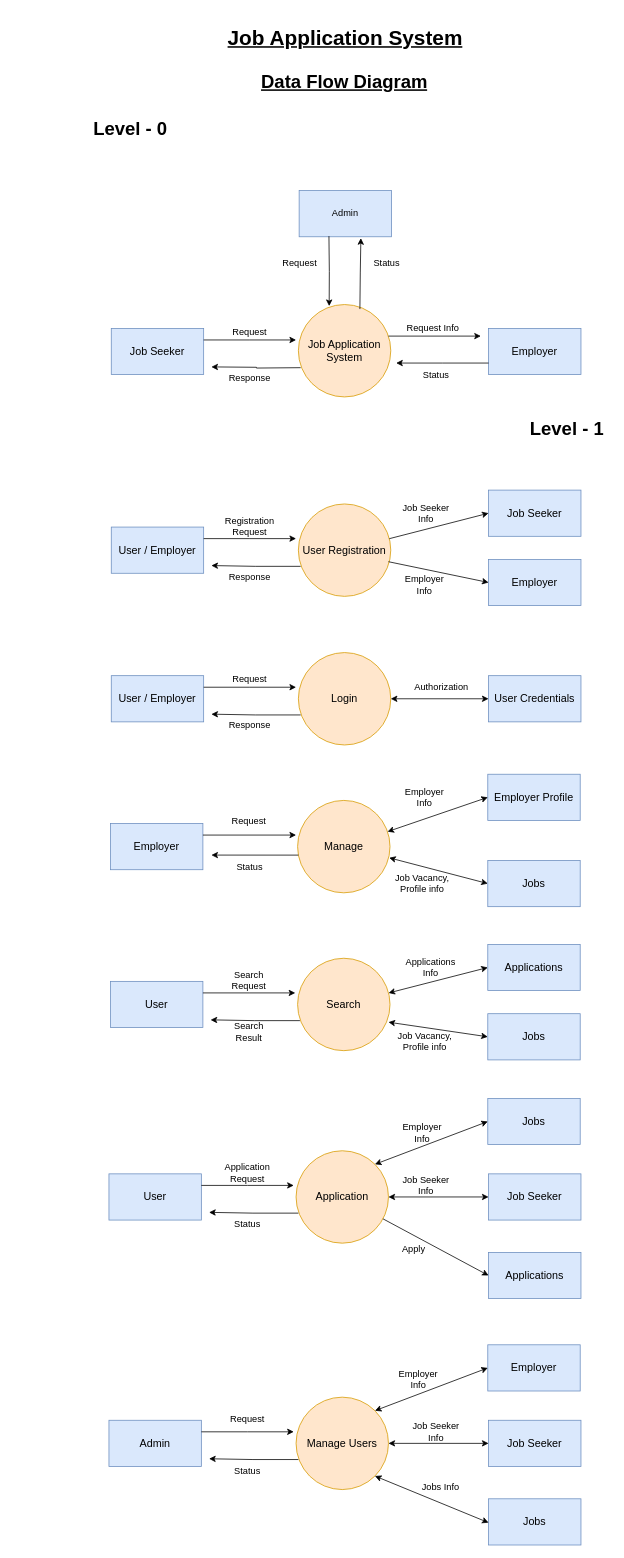
Above: page "DFD" (1 of 2) of Job Management System.drawio in ramancodes/Diagrams (draw.io), before the change. Source tidied: cells renumbered, new cells numbered last; positions are measured from the earlier drawing's top-left corner, leaving out a move shared by most shapes. Both pictures are drawn from the tidied source at 77%, with x=0, y=0 at pixel (84, 21).
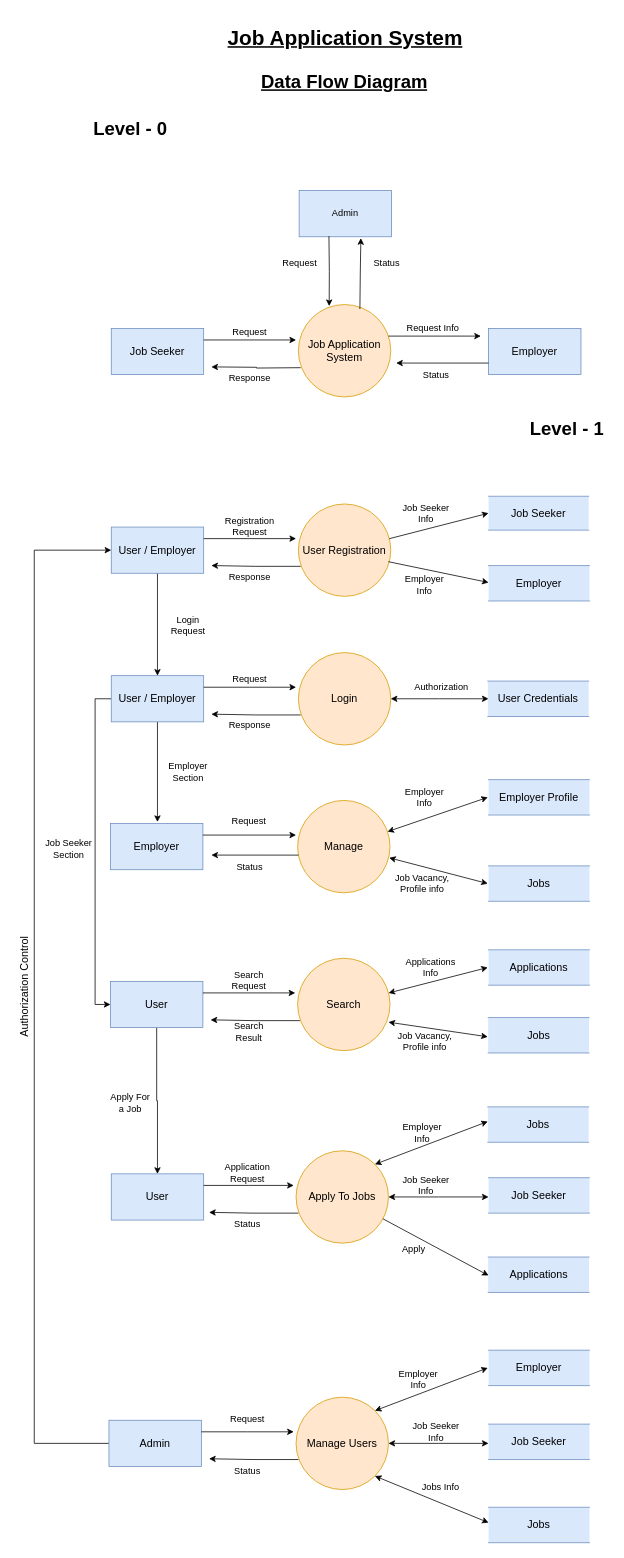
The same page after the edit.

Unchanged cells that the change refers to:
```xml
<mxCell id="17" value="&lt;span style=&quot;font-size: 14px;&quot;&gt;User / Employer&lt;/span&gt;" style="rounded=0;whiteSpace=wrap;html=1;fillColor=#dae8fc;strokeColor=#6c8ebf;" parent="1" vertex="1">
  <mxGeometry x="35" y="850" width="120" height="60" as="geometry" />
</mxCell>
<mxCell id="18" value="&lt;font style=&quot;font-size: 14px;&quot;&gt;Login&lt;/font&gt;" style="ellipse;whiteSpace=wrap;html=1;fillColor=#ffe6cc;strokeColor=#d79b00;" parent="1" vertex="1">
  <mxGeometry x="278" y="820" width="120" height="120" as="geometry" />
</mxCell>
<mxCell id="26" value="&lt;span style=&quot;font-size: 14px;&quot;&gt;User / Employer&lt;/span&gt;" style="rounded=0;whiteSpace=wrap;html=1;fillColor=#dae8fc;strokeColor=#6c8ebf;" parent="1" vertex="1">
  <mxGeometry x="35" y="657" width="120" height="60" as="geometry" />
</mxCell>
<mxCell id="27" value="&lt;span style=&quot;font-size: 14px;&quot;&gt;User Registration&lt;/span&gt;" style="ellipse;whiteSpace=wrap;html=1;fillColor=#ffe6cc;strokeColor=#d79b00;" parent="1" vertex="1">
  <mxGeometry x="278" y="627" width="120" height="120" as="geometry" />
</mxCell>
<mxCell id="36" value="&lt;span style=&quot;font-size: 14px;&quot;&gt;User&lt;/span&gt;" style="rounded=0;whiteSpace=wrap;html=1;fillColor=#dae8fc;strokeColor=#6c8ebf;" parent="1" vertex="1">
  <mxGeometry x="34" y="1247" width="120" height="60" as="geometry" />
</mxCell>
<mxCell id="37" value="&lt;span style=&quot;font-size: 14px;&quot;&gt;Search&lt;/span&gt;" style="ellipse;whiteSpace=wrap;html=1;fillColor=#ffe6cc;strokeColor=#d79b00;" parent="1" vertex="1">
  <mxGeometry x="277" y="1217" width="120" height="120" as="geometry" />
</mxCell>
<mxCell id="59" value="&lt;span style=&quot;font-size: 14px;&quot;&gt;Admin&lt;/span&gt;" style="rounded=0;whiteSpace=wrap;html=1;fillColor=#dae8fc;strokeColor=#6c8ebf;" parent="1" vertex="1">
  <mxGeometry x="32" y="1817" width="120" height="60" as="geometry" />
</mxCell>
<mxCell id="60" value="&lt;span style=&quot;font-size: 14px;&quot;&gt;Manage Users&lt;/span&gt;" style="ellipse;whiteSpace=wrap;html=1;fillColor=#ffe6cc;strokeColor=#d79b00;" parent="1" vertex="1">
  <mxGeometry x="275" y="1787" width="120" height="120" as="geometry" />
</mxCell>
<mxCell id="78" value="&lt;span style=&quot;font-size: 14px;&quot;&gt;Manage&lt;/span&gt;" style="ellipse;whiteSpace=wrap;html=1;fillColor=#ffe6cc;strokeColor=#d79b00;" parent="1" vertex="1">
  <mxGeometry x="277" y="1012" width="120" height="120" as="geometry" />
</mxCell>
```

Change to the diagram source:
```diff
@@
+    <mxCell id="97" style="edgeStyle=orthogonalEdgeStyle;rounded=0;jettySize=auto;html=1;" parent="1" edge="1" source="17">
+      <mxGeometry relative="1" as="geometry">
+        <mxPoint x="95" y="1040" as="targetPoint" />
+      </mxGeometry>
+    </mxCell>
+    <mxCell id="98" style="edgeStyle=orthogonalEdgeStyle;rounded=0;jettySize=auto;html=1;exitX=0;exitY=0.5;exitDx=0;exitDy=0;entryX=0;entryY=0.5;entryDx=0;entryDy=0;" parent="1" edge="1" source="17" target="36">
+      <mxGeometry relative="1" as="geometry" />
+    </mxCell>
@@
-    <mxCell id="19" value="&lt;font style=&quot;font-size: 14px;&quot;&gt;User Credentials&lt;/font&gt;" style="rounded=0;whiteSpace=wrap;html=1;fillColor=#dae8fc;strokeColor=#6c8ebf;" parent="1" vertex="1">
-      <mxGeometry x="525" y="850" width="120" height="60" as="geometry" />
-    </mxCell>
@@
-    <mxCell id="25" style="endArrow=classic;startArrow=classic;html=1;rounded=0;edgeStyle=orthogonalEdgeStyle;entryX=0;entryY=0.5;entryDx=0;entryDy=0;exitX=1;exitY=0.5;exitDx=0;exitDy=0;" parent="1" edge="1" source="18" target="19">
-      <mxGeometry relative="1" as="geometry" />
+    <mxCell id="25" style="endArrow=classic;startArrow=classic;html=1;rounded=0;edgeStyle=orthogonalEdgeStyle;entryX=0;entryY=0.5;entryDx=0;entryDy=0;exitX=1;exitY=0.5;exitDx=0;exitDy=0;" parent="1" edge="1" source="18">
+      <mxGeometry relative="1" as="geometry">
+        <mxPoint x="525" y="880" as="targetPoint" />
+      </mxGeometry>
     </mxCell>
+    <mxCell id="99" style="edgeStyle=orthogonalEdgeStyle;rounded=0;jettySize=auto;html=1;entryX=0.5;entryY=0;entryDx=0;entryDy=0;" parent="1" edge="1" source="26" target="17">
+      <mxGeometry relative="1" as="geometry" />
+    </mxCell>
@@
-    <mxCell id="28" value="&lt;font style=&quot;font-size: 14px;&quot;&gt;Job Seeker&lt;/font&gt;" style="rounded=0;whiteSpace=wrap;html=1;fillColor=#dae8fc;strokeColor=#6c8ebf;" parent="1" vertex="1">
-      <mxGeometry x="525" y="609" width="120" height="60" as="geometry" />
-    </mxCell>
@@
-    <mxCell id="33" value="&lt;font style=&quot;font-size: 14px;&quot;&gt;Employer&lt;/font&gt;" style="rounded=0;whiteSpace=wrap;html=1;fillColor=#dae8fc;strokeColor=#6c8ebf;" parent="1" vertex="1">
-      <mxGeometry x="525" y="699" width="120" height="60" as="geometry" />
-    </mxCell>
@@
+    <mxCell id="100" style="edgeStyle=orthogonalEdgeStyle;rounded=0;jettySize=auto;html=1;entryX=0.5;entryY=0;entryDx=0;entryDy=0;" parent="1" edge="1" source="36" target="46">
+      <mxGeometry relative="1" as="geometry" />
+    </mxCell>
@@
-    <mxCell id="38" value="&lt;font style=&quot;font-size: 14px;&quot;&gt;Applications&lt;/font&gt;" style="rounded=0;whiteSpace=wrap;html=1;fillColor=#dae8fc;strokeColor=#6c8ebf;" parent="1" vertex="1">
-      <mxGeometry x="524" y="1199" width="120" height="60" as="geometry" />
-    </mxCell>
@@
-    <mxCell id="43" value="&lt;font style=&quot;font-size: 14px;&quot;&gt;Jobs&lt;/font&gt;" style="rounded=0;whiteSpace=wrap;html=1;fillColor=#dae8fc;strokeColor=#6c8ebf;" parent="1" vertex="1">
-      <mxGeometry x="524" y="1289" width="120" height="60" as="geometry" />
-    </mxCell>
@@
     <mxCell id="46" value="&lt;span style=&quot;font-size: 14px;&quot;&gt;User&lt;/span&gt;" style="rounded=0;whiteSpace=wrap;html=1;fillColor=#dae8fc;strokeColor=#6c8ebf;" parent="1" vertex="1">
-      <mxGeometry x="32" y="1497" width="120" height="60" as="geometry" />
+      <mxGeometry x="35" y="1497" width="120" height="60" as="geometry" />
     </mxCell>
-    <mxCell id="47" value="&lt;span style=&quot;font-size: 14px;&quot;&gt;Application&lt;/span&gt;" style="ellipse;whiteSpace=wrap;html=1;fillColor=#ffe6cc;strokeColor=#d79b00;" parent="1" vertex="1">
+    <mxCell id="47" value="&lt;span style=&quot;font-size: 14px;&quot;&gt;Apply To Jobs&lt;/span&gt;" style="ellipse;whiteSpace=wrap;html=1;fillColor=#ffe6cc;strokeColor=#d79b00;" parent="1" vertex="1">
       <mxGeometry x="275" y="1467" width="120" height="120" as="geometry" />
     </mxCell>
-    <mxCell id="48" value="&lt;font style=&quot;font-size: 14px;&quot;&gt;Jobs&lt;/font&gt;" style="rounded=0;whiteSpace=wrap;html=1;fillColor=#dae8fc;strokeColor=#6c8ebf;" parent="1" vertex="1">
-      <mxGeometry x="524" y="1399" width="120" height="60" as="geometry" />
-    </mxCell>
@@
-    <mxCell id="53" value="&lt;font style=&quot;font-size: 14px;&quot;&gt;Job Seeker&lt;/font&gt;" style="rounded=0;whiteSpace=wrap;html=1;fillColor=#dae8fc;strokeColor=#6c8ebf;" parent="1" vertex="1">
-      <mxGeometry x="525" y="1497" width="120" height="60" as="geometry" />
-    </mxCell>
@@
-    <mxCell id="56" style="endArrow=classic;startArrow=classic;html=1;rounded=0;edgeStyle=orthogonalEdgeStyle;entryX=0;entryY=0.5;entryDx=0;entryDy=0;exitX=1;exitY=0.5;exitDx=0;exitDy=0;" parent="1" edge="1" source="47" target="53">
-      <mxGeometry relative="1" as="geometry" />
+    <mxCell id="56" style="endArrow=classic;startArrow=classic;html=1;rounded=0;edgeStyle=orthogonalEdgeStyle;entryX=0;entryY=0.5;entryDx=0;entryDy=0;exitX=1;exitY=0.5;exitDx=0;exitDy=0;" parent="1" edge="1" source="47">
+      <mxGeometry relative="1" as="geometry">
+        <mxPoint x="525" y="1527" as="targetPoint" />
+      </mxGeometry>
     </mxCell>
-    <mxCell id="57" value="&lt;font style=&quot;font-size: 14px;&quot;&gt;Applications&lt;/font&gt;" style="rounded=0;whiteSpace=wrap;html=1;fillColor=#dae8fc;strokeColor=#6c8ebf;" parent="1" vertex="1">
-      <mxGeometry x="525" y="1599" width="120" height="60" as="geometry" />
-    </mxCell>
@@
+    <mxCell id="101" style="edgeStyle=orthogonalEdgeStyle;rounded=0;jettySize=auto;html=1;entryX=0;entryY=0.5;entryDx=0;entryDy=0;" parent="1" edge="1" source="59" target="26">
+      <mxGeometry relative="1" as="geometry">
+        <Array as="points">
+          <mxPoint x="-65" y="1847" />
+          <mxPoint x="-65" y="687" />
+        </Array>
+      </mxGeometry>
+    </mxCell>
@@
-    <mxCell id="61" value="&lt;font style=&quot;font-size: 14px;&quot;&gt;Employer&lt;/font&gt;" style="rounded=0;whiteSpace=wrap;html=1;fillColor=#dae8fc;strokeColor=#6c8ebf;" parent="1" vertex="1">
-      <mxGeometry x="524" y="1719" width="120" height="60" as="geometry" />
-    </mxCell>
@@
-    <mxCell id="66" value="&lt;font style=&quot;font-size: 14px;&quot;&gt;Job Seeker&lt;/font&gt;" style="rounded=0;whiteSpace=wrap;html=1;fillColor=#dae8fc;strokeColor=#6c8ebf;" parent="1" vertex="1">
-      <mxGeometry x="525" y="1817" width="120" height="60" as="geometry" />
-    </mxCell>
@@
-    <mxCell id="69" style="endArrow=classic;startArrow=classic;html=1;rounded=0;edgeStyle=orthogonalEdgeStyle;entryX=0;entryY=0.5;entryDx=0;entryDy=0;exitX=1;exitY=0.5;exitDx=0;exitDy=0;" parent="1" edge="1" source="60" target="66">
-      <mxGeometry relative="1" as="geometry" />
+    <mxCell id="69" style="endArrow=classic;startArrow=classic;html=1;rounded=0;edgeStyle=orthogonalEdgeStyle;entryX=0;entryY=0.5;entryDx=0;entryDy=0;exitX=1;exitY=0.5;exitDx=0;exitDy=0;" parent="1" edge="1" source="60">
+      <mxGeometry relative="1" as="geometry">
+        <mxPoint x="525" y="1847" as="targetPoint" />
+      </mxGeometry>
     </mxCell>
-    <mxCell id="70" value="&lt;font style=&quot;font-size: 14px;&quot;&gt;Jobs&lt;/font&gt;" style="rounded=0;whiteSpace=wrap;html=1;fillColor=#dae8fc;strokeColor=#6c8ebf;" parent="1" vertex="1">
-      <mxGeometry x="525" y="1919" width="120" height="60" as="geometry" />
-    </mxCell>
@@
-    <mxCell id="79" value="&lt;font style=&quot;font-size: 14px;&quot;&gt;Employer Profile&lt;/font&gt;" style="rounded=0;whiteSpace=wrap;html=1;fillColor=#dae8fc;strokeColor=#6c8ebf;" parent="1" vertex="1">
-      <mxGeometry x="524" y="978" width="120" height="60" as="geometry" />
-    </mxCell>
@@
-    <mxCell id="82" value="&lt;font style=&quot;font-size: 14px;&quot;&gt;Jobs&lt;/font&gt;" style="rounded=0;whiteSpace=wrap;html=1;fillColor=#dae8fc;strokeColor=#6c8ebf;" parent="1" vertex="1">
-      <mxGeometry x="524" y="1090" width="120" height="60" as="geometry" />
-    </mxCell>
@@
-    <mxCell id="85" style="endArrow=classic;startArrow=classic;html=1;rounded=0;entryX=0;entryY=0.5;entryDx=0;entryDy=0;exitX=0.991;exitY=0.621;exitDx=0;exitDy=0;exitPerimeter=0;" parent="1" edge="1" source="78" target="82">
-      <mxGeometry relative="1" as="geometry" />
+    <mxCell id="85" style="endArrow=classic;startArrow=classic;html=1;rounded=0;entryX=0;entryY=0.5;entryDx=0;entryDy=0;exitX=0.991;exitY=0.621;exitDx=0;exitDy=0;exitPerimeter=0;" parent="1" edge="1" source="78">
+      <mxGeometry relative="1" as="geometry">
+        <mxPoint x="524" y="1120" as="targetPoint" />
+      </mxGeometry>
     </mxCell>
-    <mxCell id="86" style="endArrow=classic;startArrow=classic;html=1;rounded=0;entryX=0;entryY=0.5;entryDx=0;entryDy=0;" parent="1" edge="1" source="78" target="79">
-      <mxGeometry relative="1" as="geometry" />
+    <mxCell id="86" style="endArrow=classic;startArrow=classic;html=1;rounded=0;entryX=0;entryY=0.5;entryDx=0;entryDy=0;" parent="1" edge="1" source="78">
+      <mxGeometry relative="1" as="geometry">
+        <mxPoint x="524" y="1008" as="targetPoint" />
+      </mxGeometry>
     </mxCell>
@@
-    <mxCell id="90" style="endArrow=classic;startArrow=classic;html=1;rounded=0;exitX=1;exitY=0;exitDx=0;exitDy=0;entryX=0;entryY=0.5;entryDx=0;entryDy=0;" parent="1" edge="1" source="60" target="61">
-      <mxGeometry relative="1" as="geometry" />
+    <mxCell id="90" style="endArrow=classic;startArrow=classic;html=1;rounded=0;exitX=1;exitY=0;exitDx=0;exitDy=0;entryX=0;entryY=0.5;entryDx=0;entryDy=0;" parent="1" edge="1" source="60">
+      <mxGeometry relative="1" as="geometry">
+        <mxPoint x="524" y="1749" as="targetPoint" />
+      </mxGeometry>
     </mxCell>
-    <mxCell id="91" style="endArrow=classic;html=1;rounded=0;entryX=0;entryY=0.5;entryDx=0;entryDy=0;" parent="1" edge="1" source="27" target="28">
-      <mxGeometry relative="1" as="geometry" />
+    <mxCell id="91" style="endArrow=classic;html=1;rounded=0;entryX=0;entryY=0.5;entryDx=0;entryDy=0;" parent="1" edge="1" source="27">
+      <mxGeometry relative="1" as="geometry">
+        <mxPoint x="525" y="639" as="targetPoint" />
+      </mxGeometry>
     </mxCell>
-    <mxCell id="92" style="endArrow=classic;html=1;rounded=0;entryX=0;entryY=0.5;entryDx=0;entryDy=0;exitX=0.975;exitY=0.625;exitDx=0;exitDy=0;exitPerimeter=0;" parent="1" edge="1" source="27" target="33">
-      <mxGeometry relative="1" as="geometry" />
+    <mxCell id="92" style="endArrow=classic;html=1;rounded=0;entryX=0;entryY=0.5;entryDx=0;entryDy=0;exitX=0.975;exitY=0.625;exitDx=0;exitDy=0;exitPerimeter=0;" parent="1" edge="1" source="27">
+      <mxGeometry relative="1" as="geometry">
+        <mxPoint x="525" y="729" as="targetPoint" />
+      </mxGeometry>
     </mxCell>
-    <mxCell id="93" style="endArrow=classic;startArrow=classic;html=1;rounded=0;entryX=0;entryY=0.5;entryDx=0;entryDy=0;" parent="1" edge="1" source="37" target="38">
-      <mxGeometry relative="1" as="geometry" />
+    <mxCell id="93" style="endArrow=classic;startArrow=classic;html=1;rounded=0;entryX=0;entryY=0.5;entryDx=0;entryDy=0;" parent="1" edge="1" source="37">
+      <mxGeometry relative="1" as="geometry">
+        <mxPoint x="524" y="1229" as="targetPoint" />
+      </mxGeometry>
     </mxCell>
-    <mxCell id="94" style="endArrow=classic;startArrow=classic;html=1;rounded=0;entryX=0;entryY=0.5;entryDx=0;entryDy=0;" parent="1" edge="1" target="43">
+    <mxCell id="94" style="endArrow=classic;startArrow=classic;html=1;rounded=0;entryX=0;entryY=0.5;entryDx=0;entryDy=0;" parent="1" edge="1">
       <mxGeometry relative="1" as="geometry">
         <mxPoint x="395" y="1300" as="sourcePoint" />
+        <mxPoint x="524" y="1319" as="targetPoint" />
       </mxGeometry>
     </mxCell>
-    <mxCell id="95" style="endArrow=classic;startArrow=classic;html=1;rounded=0;entryX=0;entryY=0.5;entryDx=0;entryDy=0;exitX=1;exitY=0;exitDx=0;exitDy=0;" parent="1" edge="1" source="47" target="48">
-      <mxGeometry relative="1" as="geometry" />
+    <mxCell id="95" style="endArrow=classic;startArrow=classic;html=1;rounded=0;entryX=0;entryY=0.5;entryDx=0;entryDy=0;exitX=1;exitY=0;exitDx=0;exitDy=0;" parent="1" edge="1" source="47">
+      <mxGeometry relative="1" as="geometry">
+        <mxPoint x="524" y="1429" as="targetPoint" />
+      </mxGeometry>
     </mxCell>
-    <mxCell id="96" style="endArrow=classic;html=1;rounded=0;entryX=0;entryY=0.5;entryDx=0;entryDy=0;" parent="1" edge="1" source="47" target="57">
-      <mxGeometry relative="1" as="geometry" />
+    <mxCell id="96" style="endArrow=classic;html=1;rounded=0;entryX=0;entryY=0.5;entryDx=0;entryDy=0;" parent="1" edge="1" source="47">
+      <mxGeometry relative="1" as="geometry">
+        <mxPoint x="525" y="1629" as="targetPoint" />
+      </mxGeometry>
     </mxCell>
+    <mxCell id="102" value="Login Request" style="text;html=1;strokeColor=none;fillColor=none;align=center;verticalAlign=middle;whiteSpace=wrap;rounded=0;" parent="1" vertex="1">
+      <mxGeometry x="105" y="770" width="60" height="30" as="geometry" />
+    </mxCell>
+    <mxCell id="103" value="Employer Section" style="text;html=1;strokeColor=none;fillColor=none;align=center;verticalAlign=middle;whiteSpace=wrap;rounded=0;" parent="1" vertex="1">
+      <mxGeometry x="105" y="960" width="60" height="30" as="geometry" />
+    </mxCell>
+    <mxCell id="104" value="&lt;font style=&quot;font-size: 14px;&quot;&gt;Job Seeker&lt;/font&gt;" style="html=1;dashed=0;whiteSpace=wrap;shape=partialRectangle;right=0;left=0;fillColor=#dae8fc;strokeColor=#6c8ebf;" parent="1" vertex="1">
+      <mxGeometry x="525" y="617" width="130" height="44" as="geometry" />
+    </mxCell>
+    <mxCell id="105" value="&lt;font style=&quot;font-size: 14px;&quot;&gt;Employer&lt;/font&gt;" style="html=1;dashed=0;whiteSpace=wrap;shape=partialRectangle;right=0;left=0;fillColor=#dae8fc;strokeColor=#6c8ebf;" parent="1" vertex="1">
+      <mxGeometry x="525" y="707" width="131" height="46" as="geometry" />
+    </mxCell>
+    <mxCell id="19" value="&lt;font style=&quot;font-size: 14px;&quot;&gt;User Credentials&lt;/font&gt;" style="html=1;dashed=0;whiteSpace=wrap;shape=partialRectangle;right=0;left=0;fillColor=#dae8fc;strokeColor=#6c8ebf;" parent="1" vertex="1">
+      <mxGeometry x="524" y="857" width="131" height="46" as="geometry" />
+    </mxCell>
+    <mxCell id="79" value="&lt;font style=&quot;font-size: 14px;&quot;&gt;Employer Profile&lt;/font&gt;" style="html=1;dashed=0;whiteSpace=wrap;shape=partialRectangle;right=0;left=0;fillColor=#dae8fc;strokeColor=#6c8ebf;" parent="1" vertex="1">
+      <mxGeometry x="525" y="985" width="131" height="46" as="geometry" />
+    </mxCell>
+    <mxCell id="106" value="&lt;font style=&quot;font-size: 14px;&quot;&gt;Jobs&lt;/font&gt;" style="html=1;dashed=0;whiteSpace=wrap;shape=partialRectangle;right=0;left=0;fillColor=#dae8fc;strokeColor=#6c8ebf;" parent="1" vertex="1">
+      <mxGeometry x="525" y="1097" width="131" height="46" as="geometry" />
+    </mxCell>
+    <mxCell id="107" value="&lt;font style=&quot;font-size: 14px;&quot;&gt;Applications&lt;/font&gt;" style="html=1;dashed=0;whiteSpace=wrap;shape=partialRectangle;right=0;left=0;fillColor=#dae8fc;strokeColor=#6c8ebf;" parent="1" vertex="1">
+      <mxGeometry x="525" y="1206" width="131" height="46" as="geometry" />
+    </mxCell>
+    <mxCell id="108" value="&lt;font style=&quot;font-size: 14px;&quot;&gt;Jobs&lt;/font&gt;" style="html=1;dashed=0;whiteSpace=wrap;shape=partialRectangle;right=0;left=0;fillColor=#dae8fc;strokeColor=#6c8ebf;" parent="1" vertex="1">
+      <mxGeometry x="524.5" y="1294" width="131" height="46" as="geometry" />
+    </mxCell>
+    <mxCell id="109" value="&lt;font style=&quot;font-size: 14px;&quot;&gt;Jobs&lt;/font&gt;" style="html=1;dashed=0;whiteSpace=wrap;shape=partialRectangle;right=0;left=0;fillColor=#dae8fc;strokeColor=#6c8ebf;" parent="1" vertex="1">
+      <mxGeometry x="524" y="1410" width="131" height="46" as="geometry" />
+    </mxCell>
+    <mxCell id="110" value="&lt;font style=&quot;font-size: 14px;&quot;&gt;Job Seeker&lt;/font&gt;" style="html=1;dashed=0;whiteSpace=wrap;shape=partialRectangle;right=0;left=0;fillColor=#dae8fc;strokeColor=#6c8ebf;" parent="1" vertex="1">
+      <mxGeometry x="525" y="1502" width="131" height="46" as="geometry" />
+    </mxCell>
+    <mxCell id="111" value="&lt;font style=&quot;font-size: 14px;&quot;&gt;Applications&lt;/font&gt;" style="html=1;dashed=0;whiteSpace=wrap;shape=partialRectangle;right=0;left=0;fillColor=#dae8fc;strokeColor=#6c8ebf;" parent="1" vertex="1">
+      <mxGeometry x="524.5" y="1605" width="131" height="46" as="geometry" />
+    </mxCell>
+    <mxCell id="112" value="&lt;font style=&quot;font-size: 14px;&quot;&gt;Employer&lt;/font&gt;" style="html=1;dashed=0;whiteSpace=wrap;shape=partialRectangle;right=0;left=0;fillColor=#dae8fc;strokeColor=#6c8ebf;" parent="1" vertex="1">
+      <mxGeometry x="525" y="1726" width="131" height="46" as="geometry" />
+    </mxCell>
+    <mxCell id="113" value="&lt;font style=&quot;font-size: 14px;&quot;&gt;Job Seeker&lt;/font&gt;" style="html=1;dashed=0;whiteSpace=wrap;shape=partialRectangle;right=0;left=0;fillColor=#dae8fc;strokeColor=#6c8ebf;" parent="1" vertex="1">
+      <mxGeometry x="525" y="1822" width="131" height="46" as="geometry" />
+    </mxCell>
+    <mxCell id="114" value="&lt;font style=&quot;font-size: 14px;&quot;&gt;Jobs&lt;/font&gt;" style="html=1;dashed=0;whiteSpace=wrap;shape=partialRectangle;right=0;left=0;fillColor=#dae8fc;strokeColor=#6c8ebf;" parent="1" vertex="1">
+      <mxGeometry x="525" y="1930" width="131" height="46" as="geometry" />
+    </mxCell>
+    <mxCell id="115" value="Job Seeker Section" style="text;html=1;strokeColor=none;fillColor=none;align=center;verticalAlign=middle;whiteSpace=wrap;rounded=0;" parent="1" vertex="1">
+      <mxGeometry x="-55" y="1060" width="70" height="30" as="geometry" />
+    </mxCell>
+    <mxCell id="116" value="Apply For a Job" style="text;html=1;strokeColor=none;fillColor=none;align=center;verticalAlign=middle;whiteSpace=wrap;rounded=0;" parent="1" vertex="1">
+      <mxGeometry x="30" y="1390" width="60" height="30" as="geometry" />
+    </mxCell>
+    <mxCell id="117" value="&lt;font style=&quot;font-size: 14px;&quot;&gt;Authorization Control&lt;/font&gt;" style="text;html=1;strokeColor=none;fillColor=none;align=center;verticalAlign=middle;whiteSpace=wrap;rounded=0;rotation=270;" parent="1" vertex="1">
+      <mxGeometry x="-147.5" y="1239.5" width="140" height="30" as="geometry" />
+    </mxCell>
```
